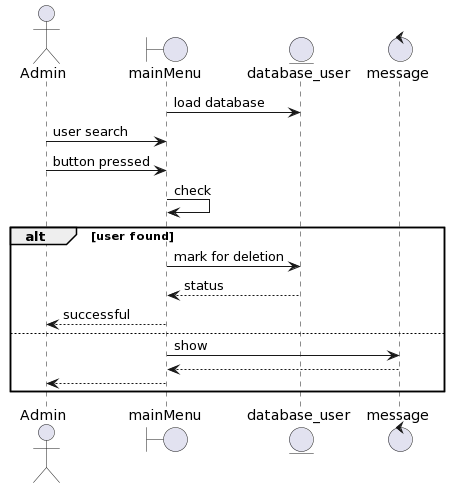
striction10/MDKP keeps this PlantUML diagram as Diagrams/Sequence_diagrams/admin_delete_user/admin_delete_user.png. Above is the earlier version.
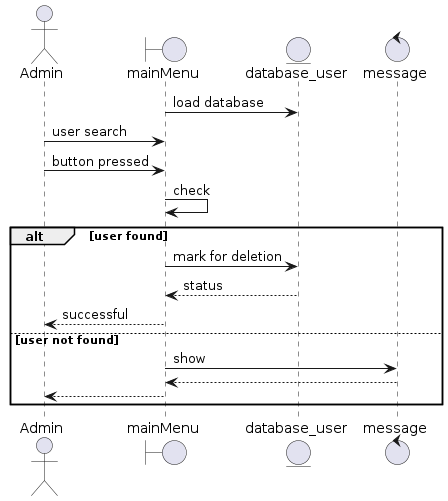
After the commit.

What changed in the source:
```diff
@@ -15,7 +15,7 @@
 mainMenu -> database_user : mark for deletion
 database_user --> mainMenu : status
 mainMenu --> Admin : successful
-else
+else user not found
 mainMenu -> message : show
 message --> mainMenu
 mainMenu --> Admin
```
